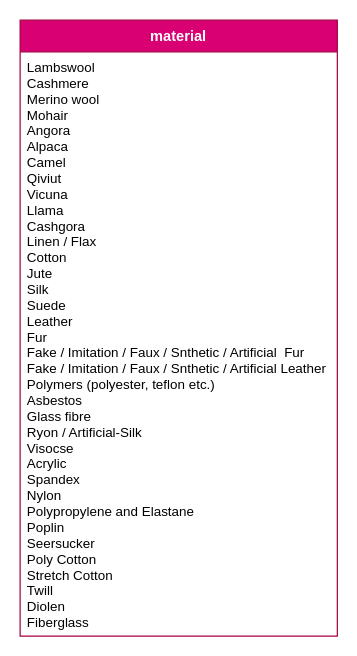
morawi/ddoif keeps this draw.io diagram as material_class.drawio. Above is the earlier version. Source tidied: cells renumbered, new cells numbered last; positions are measured from the earlier drawing's top-left corner, leaving out a move shared by most shapes. Both pictures are drawn from the tidied source at 122%, with x=0, y=0 at pixel (20, 20).
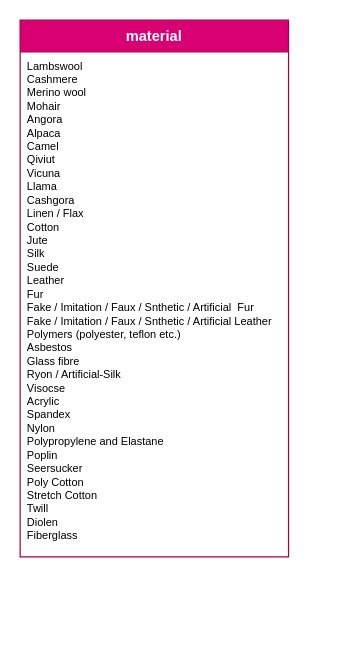
The same diagram, later.

What changed in the source:
```diff
@@
 <mxGraphModel>
   <root>
     <mxCell id="0" />
     <mxCell id="1" parent="0" />
     <mxCell id="2" value="material" style="swimlane;fontStyle=1;align=center;verticalAlign=top;horizontal=1;startSize=26;rounded=0;shadow=0;strokeWidth=1;fillColor=#d80073;strokeColor=#A50040;fontColor=#ffffff;" parent="1" vertex="1">
-      <mxGeometry width="260" height="505" as="geometry" />
+      <mxGeometry width="220" height="440" as="geometry" />
     </mxCell>
-    <mxCell id="3" value="Lambswool&#10;Cashmere&#10;Merino wool&#10;Mohair&#10;Angora&#10;Alpaca&#10;Camel&#10;Qiviut&#10;Vicuna&#10;Llama&#10;Cashgora&#10;Linen / Flax&#10;Cotton&#10;Jute&#10;Silk&#10;Suede&#10;Leather&#10;Fur&#10;Fake / Imitation / Faux / Snthetic / Artificial  Fur&#10;Fake / Imitation / Faux / Snthetic / Artificial Leather&#10;Polymers (polyester, teflon etc.)&#10;Asbestos&#10;Glass fibre&#10;Ryon / Artificial-Silk&#10;Visocse&#10;Acrylic&#10;Spandex&#10;Nylon&#10;Polypropylene and Elastane&#10;Poplin&#10;Seersucker&#10;Poly Cotton&#10;Stretch Cotton&#10;Twill&#10;Diolen&#10;Fiberglass" style="text;align=left;verticalAlign=top;spacingLeft=4;spacingRight=4;overflow=hidden;fontSize=11;" parent="2" vertex="1">
-      <mxGeometry y="26" width="260" height="474" as="geometry" />
+    <mxCell id="3" value="Lambswool&#10;Cashmere&#10;Merino wool&#10;Mohair&#10;Angora&#10;Alpaca&#10;Camel&#10;Qiviut&#10;Vicuna&#10;Llama&#10;Cashgora&#10;Linen / Flax&#10;Cotton&#10;Jute&#10;Silk&#10;Suede&#10;Leather&#10;Fur&#10;Fake / Imitation / Faux / Snthetic / Artificial  Fur&#10;Fake / Imitation / Faux / Snthetic / Artificial Leather&#10;Polymers (polyester, teflon etc.)&#10;Asbestos&#10;Glass fibre&#10;Ryon / Artificial-Silk&#10;Visocse&#10;Acrylic&#10;Spandex&#10;Nylon&#10;Polypropylene and Elastane&#10;Poplin&#10;Seersucker&#10;Poly Cotton&#10;Stretch Cotton&#10;Twill&#10;Diolen&#10;Fiberglass" style="text;align=left;verticalAlign=top;spacingLeft=4;spacingRight=4;overflow=hidden;fontSize=9;" parent="2" vertex="1">
+      <mxGeometry y="26" width="220" height="414" as="geometry" />
     </mxCell>
   </root>
 </mxGraphModel>
```
